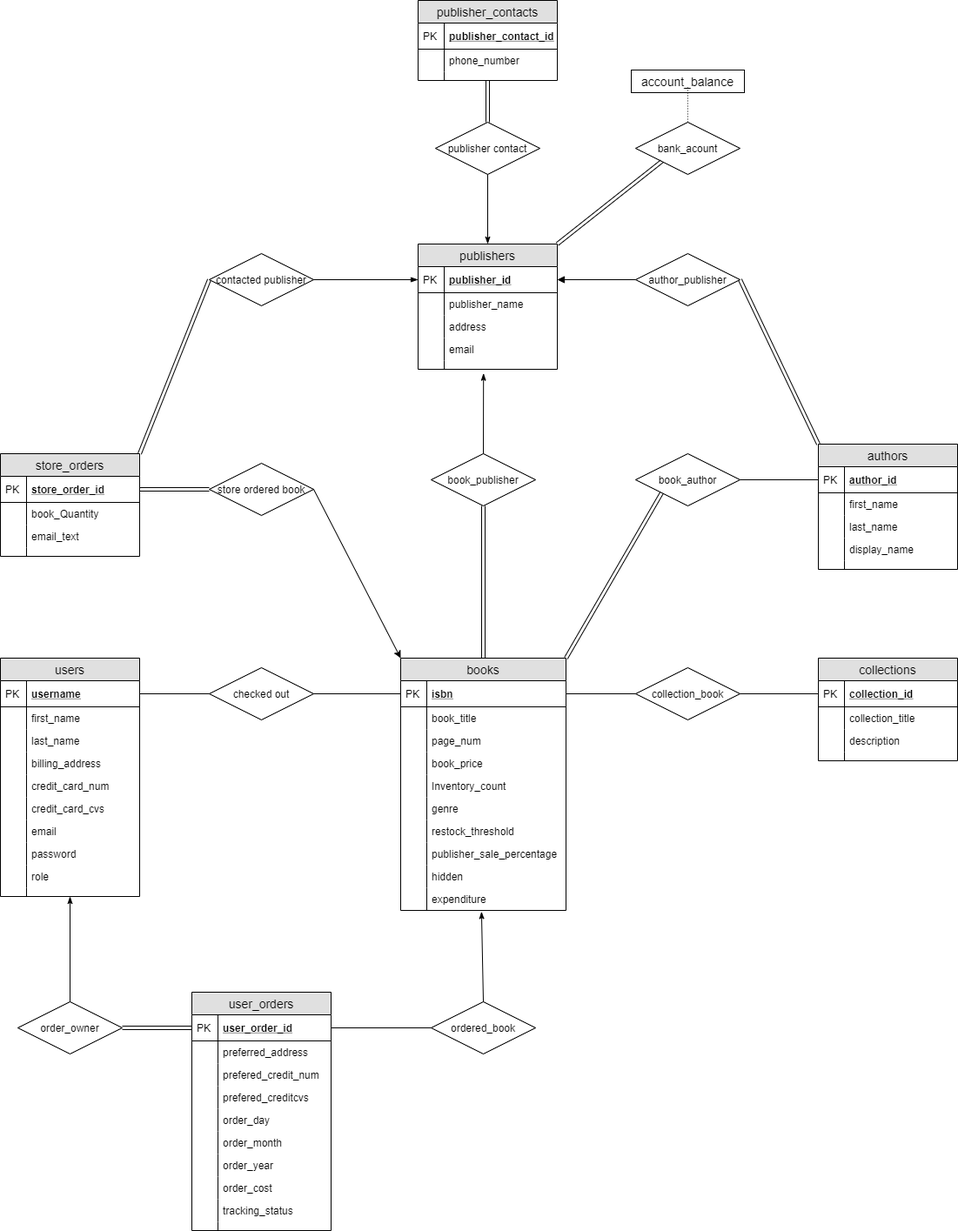
Earlier version of the draw.io export docs/erd.png (DarkHorse0311/BookStore_golang_react). Source tidied: cells renumbered, new cells last; positions are measured from the earlier drawing's top-left corner, leaving out a move shared by most shapes.
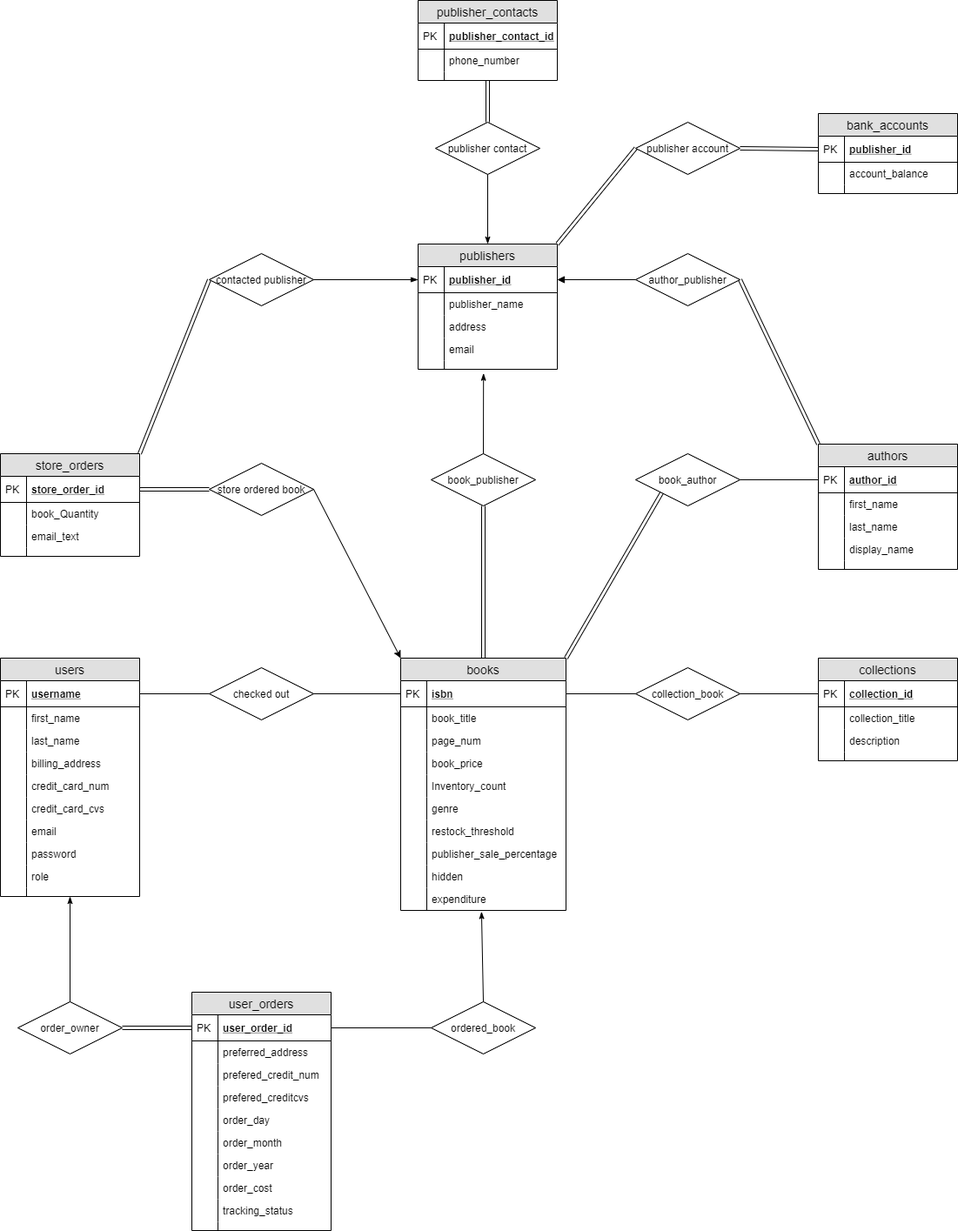
The same diagram one commit later.

The edit, as a diff of the source:
```diff
@@ -335,9 +335,6 @@
     <mxCell id="112" style="endArrow=none;html=1;rounded=0;exitX=0.489;exitY=1.052;exitDx=0;exitDy=0;exitPerimeter=0;entryX=0.5;entryY=0;entryDx=0;entryDy=0;endFill=0;startArrow=classicThin;startFill=1;" parent="1" edge="1" source="21" target="111">
       <mxGeometry relative="1" as="geometry" />
     </mxCell>
-    <mxCell id="113" style="endArrow=none;html=1;rounded=0;entryX=0;entryY=0.5;entryDx=0;entryDy=0;exitX=1;exitY=0.5;exitDx=0;exitDy=0;" parent="1" edge="1" source="24" target="111">
-      <mxGeometry relative="1" as="geometry" />
-    </mxCell>
     <mxCell id="114" value="order_owner" style="shape=rhombus;perimeter=rhombusPerimeter;whiteSpace=wrap;html=1;align=center;" parent="1" vertex="1">
       <mxGeometry x="20" y="1151" width="120" height="60" as="geometry" />
     </mxCell>
@@ -392,18 +389,7 @@
     <mxCell id="131" style="shape=link;html=1;exitX=1;exitY=0;exitDx=0;exitDy=0;entryX=0;entryY=0.5;entryDx=0;entryDy=0;" parent="1" edge="1" source="119" target="128">
       <mxGeometry relative="1" as="geometry" />
     </mxCell>
-    <mxCell id="132" value="bank_acount" style="shape=rhombus;perimeter=rhombusPerimeter;whiteSpace=wrap;html=1;align=center;" parent="1" vertex="1">
-      <mxGeometry x="730" y="140" width="120" height="60" as="geometry" />
-    </mxCell>
-    <mxCell id="133" style="endArrow=none;html=1;rounded=0;dashed=1;dashPattern=1 2;exitX=0.5;exitY=0;exitDx=0;exitDy=0;" parent="1" edge="1" source="132">
-      <mxGeometry relative="1" as="geometry">
-        <mxPoint x="790" y="100" as="targetPoint" />
-      </mxGeometry>
-    </mxCell>
-    <mxCell id="134" value="account_balance" style="text;align=center;verticalAlign=middle;spacingLeft=4;spacingRight=4;fontSize=14;strokeColor=#000000;" parent="1" vertex="1">
-      <mxGeometry x="725" y="80" width="130" height="26" as="geometry" />
-    </mxCell>
-    <mxCell id="135" style="shape=link;html=1;rounded=0;exitX=1;exitY=0;exitDx=0;exitDy=0;entryX=0;entryY=1;entryDx=0;entryDy=0;strokeWidth=1;" parent="1" edge="1" source="97" target="132">
+    <mxCell id="135" style="shape=link;html=1;rounded=0;exitX=1;exitY=0.5;exitDx=0;exitDy=0;entryX=0;entryY=0.5;entryDx=0;entryDy=0;strokeWidth=1;" parent="1" edge="1" source="152" target="147">
       <mxGeometry relative="1" as="geometry" />
     </mxCell>
     <mxCell id="136" style="shape=link;html=1;rounded=0;strokeWidth=1;entryX=0.5;entryY=0;entryDx=0;entryDy=0;" parent="1" edge="1" source="143" target="137">
@@ -436,5 +422,35 @@
     <mxCell id="145" style="endArrow=classicThin;html=1;rounded=0;strokeWidth=1;entryX=0.5;entryY=0;entryDx=0;entryDy=0;exitX=0.5;exitY=1;exitDx=0;exitDy=0;startArrow=none;startFill=0;endFill=1;" parent="1" edge="1" source="137" target="97">
       <mxGeometry relative="1" as="geometry" />
     </mxCell>
+    <mxCell id="146" value="bank_accounts" style="swimlane;fontStyle=0;horizontal=1;startSize=26;fillColor=#e0e0e0;swimlaneFillColor=#ffffff;align=center;fontSize=14;" parent="1" vertex="1">
+      <mxGeometry x="940" y="130" width="160" height="92" as="geometry" />
+    </mxCell>
+    <mxCell id="147" value="publisher_id" style="shape=partialRectangle;top=0;left=0;right=0;bottom=1;align=left;verticalAlign=middle;fillColor=none;spacingLeft=34;spacingRight=4;overflow=hidden;points=[[0,0.5],[1,0.5]];portConstraint=eastwest;fontStyle=5;fontSize=12;" parent="146" vertex="1">
+      <mxGeometry y="26" width="160" height="30" as="geometry" />
+    </mxCell>
+    <mxCell id="148" value="PK" style="shape=partialRectangle;top=0;left=0;bottom=0;fillColor=none;align=left;verticalAlign=middle;spacingLeft=4;spacingRight=4;overflow=hidden;fontSize=12;" parent="147" vertex="1">
+      <mxGeometry width="30" height="30" as="geometry" />
+    </mxCell>
+    <mxCell id="134" value="account_balance" style="shape=partialRectangle;top=0;left=0;right=0;bottom=0;align=left;verticalAlign=top;fillColor=none;spacingLeft=34;spacingRight=4;overflow=hidden;fontSize=12;" parent="146" vertex="1">
+      <mxGeometry y="56" width="160" height="26" as="geometry" />
+    </mxCell>
+    <mxCell id="149" style="shape=partialRectangle;top=0;left=0;bottom=0;fillColor=none;align=left;verticalAlign=top;spacingLeft=4;spacingRight=4;overflow=hidden;fontSize=12;" parent="134" vertex="1">
+      <mxGeometry width="30" height="26" as="geometry" />
+    </mxCell>
+    <mxCell id="150" style="shape=partialRectangle;top=0;left=0;right=0;bottom=0;align=left;verticalAlign=top;fillColor=none;spacingLeft=34;spacingRight=4;overflow=hidden;fontSize=12;" parent="146" vertex="1">
+      <mxGeometry y="82" width="160" height="10" as="geometry" />
+    </mxCell>
+    <mxCell id="151" style="shape=partialRectangle;top=0;left=0;bottom=0;fillColor=none;align=left;verticalAlign=top;spacingLeft=4;spacingRight=4;overflow=hidden;fontSize=12;" parent="150" vertex="1">
+      <mxGeometry width="30" height="10" as="geometry" />
+    </mxCell>
+    <mxCell id="152" value="publisher account" style="shape=rhombus;perimeter=rhombusPerimeter;whiteSpace=wrap;html=1;align=center;" parent="1" vertex="1">
+      <mxGeometry x="730" y="140" width="120" height="60" as="geometry" />
+    </mxCell>
+    <mxCell id="153" style="shape=link;html=1;rounded=0;exitX=1;exitY=0;exitDx=0;exitDy=0;entryX=0;entryY=0.5;entryDx=0;entryDy=0;strokeWidth=1;" parent="1" edge="1" source="97" target="152">
+      <mxGeometry relative="1" as="geometry" />
+    </mxCell>
+    <mxCell id="113" style="html=1;exitX=1;exitY=0.5;exitDx=0;exitDy=0;endArrow=none;endFill=0;" parent="1" edge="1" source="24" target="111">
+      <mxGeometry relative="1" as="geometry" />
+    </mxCell>
   </root>
 </mxGraphModel>
```
